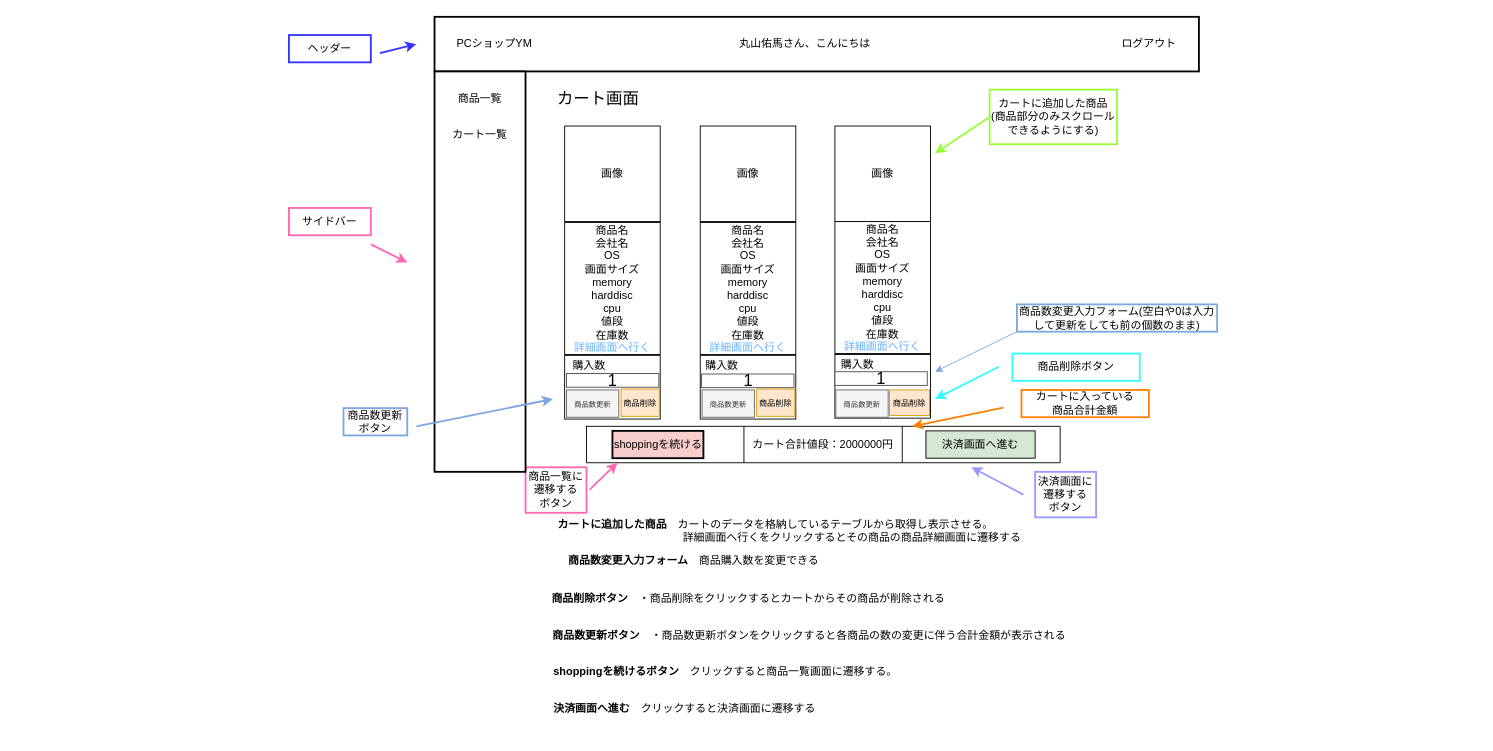
This is page "カート画面" (5 of 33) of src/main/resources/templates/shopping/Untitled Diagram.drawio from YumaMaruyama/ITworksTRYshopping, a draw.io file, before an edit. Source tidied: cells renumbered, new cells numbered last; positions are measured from the earlier drawing's top-left corner, leaving out a move shared by most shapes. Both pictures are drawn from the tidied source at 91%, with x=0, y=0 at pixel (15, 16).
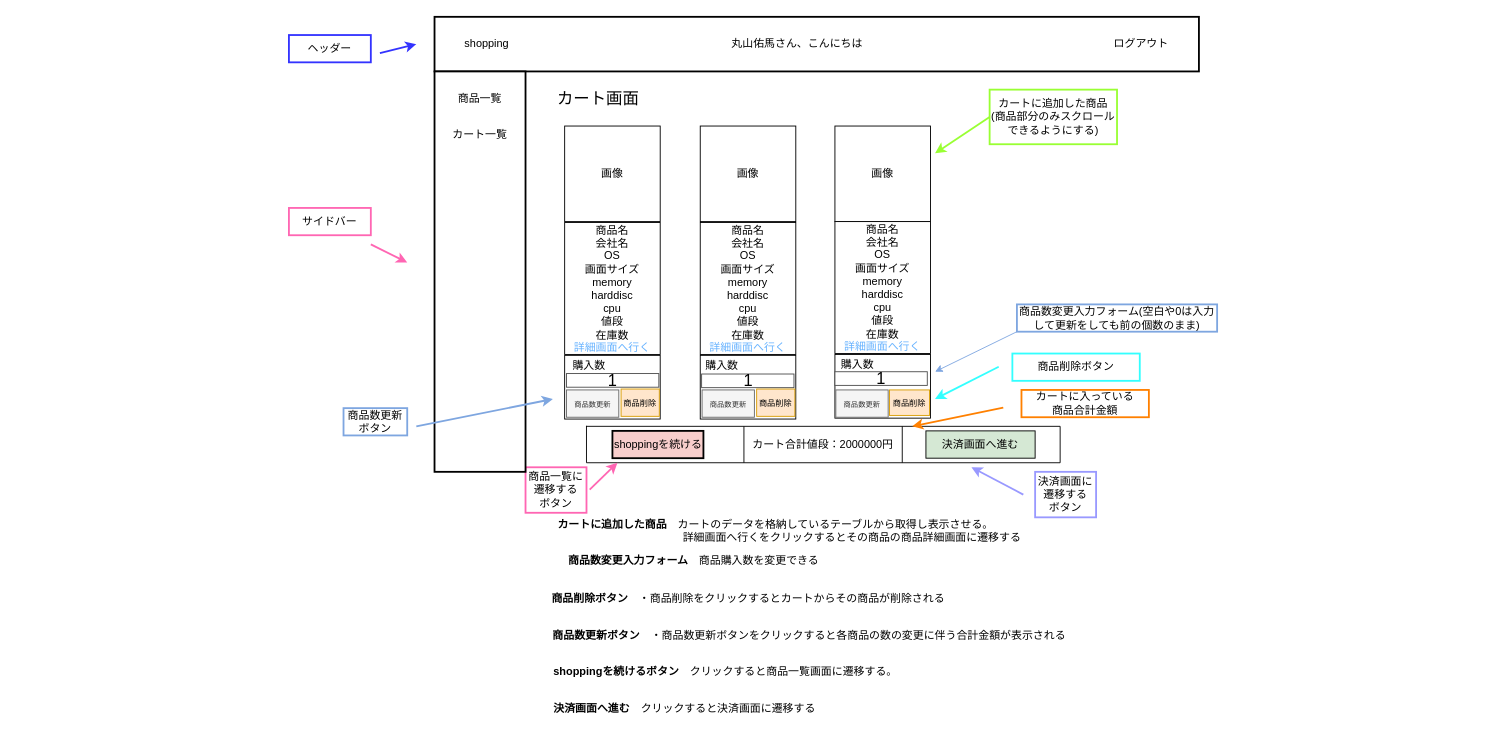
The same page after the edit.

Diff of the diagram source:
```diff
@@
-    <mxCell id="2" value="PCショップYM　　　　　　　　　　　　　　　　　　　丸山佑馬さん、こんにちは　　　　　　　　　　　　　　　　　　　　　　　ログアウト" style="rounded=0;whiteSpace=wrap;html=1;strokeWidth=2;" parent="1" vertex="1">
+    <mxCell id="2" value="shopping&amp;nbsp; &amp;nbsp; &amp;nbsp;　　　　　　　　　　　　　　　　　　　丸山佑馬さん、こんにちは　　　　　　　　　　　　　　　　　　　　　　　ログアウト" style="rounded=0;whiteSpace=wrap;html=1;strokeWidth=2;" parent="1" vertex="1">
       <mxGeometry x="460" width="840" height="60" as="geometry" />
     </mxCell>
```
